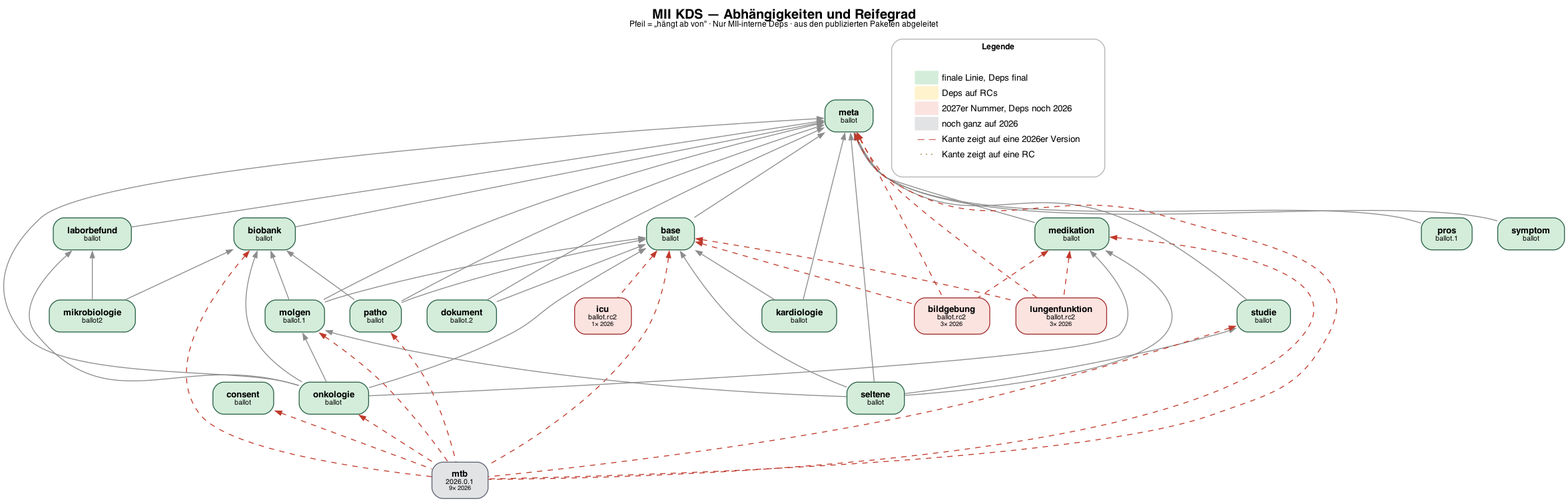
The Graphviz diagram status/dependency-graph.png in medizininformatik-initiative/kerndatensatz-complete, before a commit. Its source is kept beside it as status/dependency-graph.dot.
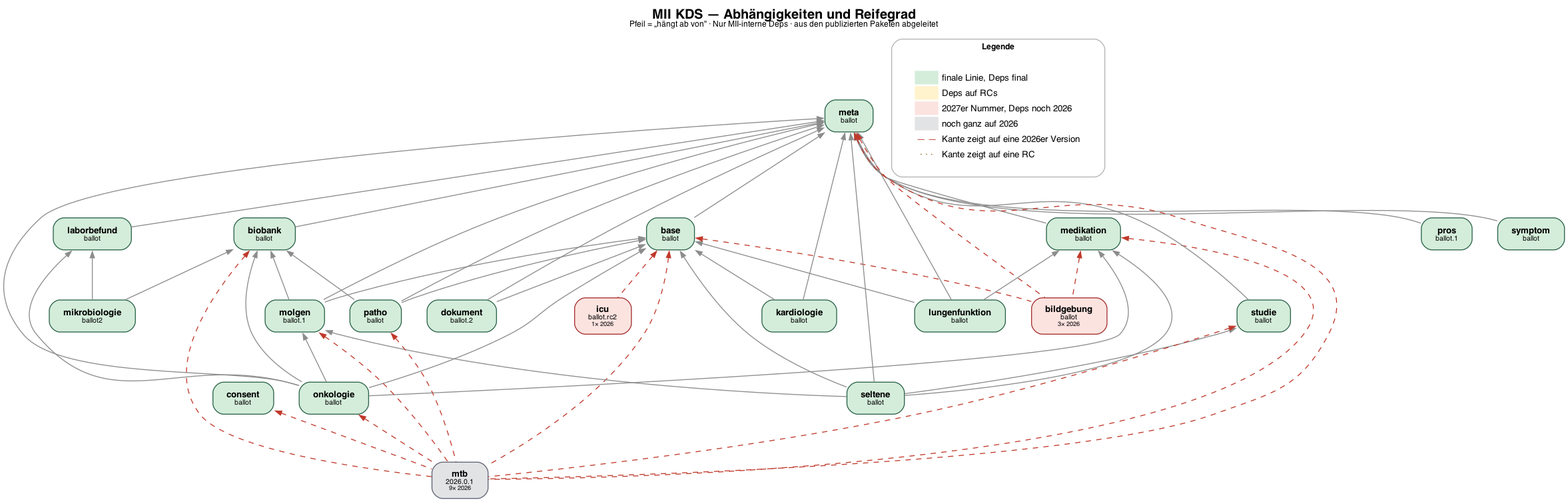
Above is the later version.

The edit, as a diff of the source:
```diff
@@ -10,6 +10,7 @@
   dokument [label=<<B>dokument</B><BR/><FONT POINT-SIZE="8">ballot.2</FONT>>, fillcolor="#d4edda", color="#2a6249"];
   kardiologie [label=<<B>kardiologie</B><BR/><FONT POINT-SIZE="8">ballot</FONT>>, fillcolor="#d4edda", color="#2a6249"];
   laborbefund [label=<<B>laborbefund</B><BR/><FONT POINT-SIZE="8">ballot</FONT>>, fillcolor="#d4edda", color="#2a6249"];
+  lungenfunktion [label=<<B>lungenfunktion</B><BR/><FONT POINT-SIZE="8">ballot</FONT>>, fillcolor="#d4edda", color="#2a6249"];
   medikation [label=<<B>medikation</B><BR/><FONT POINT-SIZE="8">ballot</FONT>>, fillcolor="#d4edda", color="#2a6249"];
   meta [label=<<B>meta</B><BR/><FONT POINT-SIZE="8">ballot</FONT>>, fillcolor="#d4edda", color="#2a6249"];
   mikrobiologie [label=<<B>mikrobiologie</B><BR/><FONT POINT-SIZE="8">ballot2</FONT>>, fillcolor="#d4edda", color="#2a6249"];
@@ -20,9 +21,8 @@
   seltene [label=<<B>seltene</B><BR/><FONT POINT-SIZE="8">ballot</FONT>>, fillcolor="#d4edda", color="#2a6249"];
   studie [label=<<B>studie</B><BR/><FONT POINT-SIZE="8">ballot</FONT>>, fillcolor="#d4edda", color="#2a6249"];
   symptom [label=<<B>symptom</B><BR/><FONT POINT-SIZE="8">ballot</FONT>>, fillcolor="#d4edda", color="#2a6249"];
-  bildgebung [label=<<B>bildgebung</B><BR/><FONT POINT-SIZE="8">ballot.rc2</FONT><BR/><FONT POINT-SIZE="7">3× 2026</FONT>>, fillcolor="#fbe3e0", color="#a32e2e"];
+  bildgebung [label=<<B>bildgebung</B><BR/><FONT POINT-SIZE="8">ballot</FONT><BR/><FONT POINT-SIZE="7">3× 2026</FONT>>, fillcolor="#fbe3e0", color="#a32e2e"];
   icu [label=<<B>icu</B><BR/><FONT POINT-SIZE="8">ballot.rc2</FONT><BR/><FONT POINT-SIZE="7">1× 2026</FONT>>, fillcolor="#fbe3e0", color="#a32e2e"];
-  lungenfunktion [label=<<B>lungenfunktion</B><BR/><FONT POINT-SIZE="8">ballot.rc2</FONT><BR/><FONT POINT-SIZE="7">3× 2026</FONT>>, fillcolor="#fbe3e0", color="#a32e2e"];
   mtb [label=<<B>mtb</B><BR/><FONT POINT-SIZE="8">2026.0.1</FONT><BR/><FONT POINT-SIZE="7">9× 2026</FONT>>, fillcolor="#e2e3e5", color="#5c6472"];
   meta -> base;
   base -> bildgebung [color="#c0392b", style=dashed];
@@ -35,9 +35,9 @@
   base -> kardiologie;
   meta -> kardiologie;
   meta -> laborbefund;
-  base -> lungenfunktion [color="#c0392b", style=dashed];
-  medikation -> lungenfunktion [color="#c0392b", style=dashed];
-  meta -> lungenfunktion [color="#c0392b", style=dashed];
+  base -> lungenfunktion;
+  medikation -> lungenfunktion;
+  meta -> lungenfunktion;
   meta -> medikation;
   biobank -> mikrobiologie;
   laborbefund -> mikrobiologie;
```
